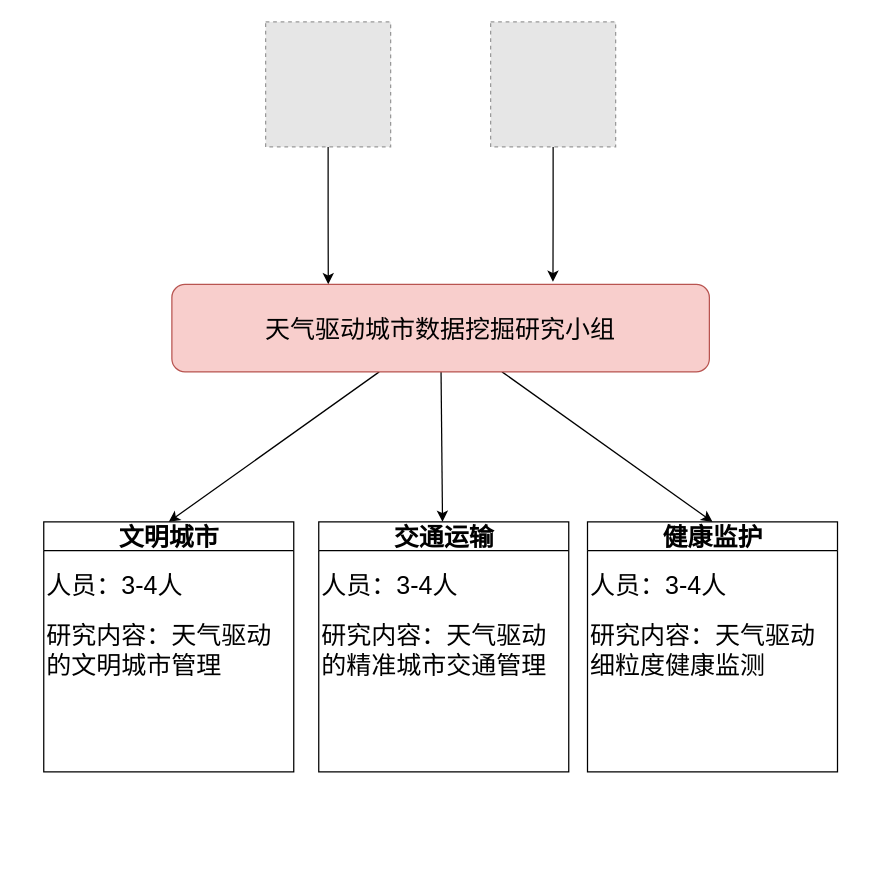
Earlier version of the draw.io diagram page "第 1 页" (1 of 2) of 天气驱动城市数据挖掘.drawio (GPlaying/brain_map). Source tidied: cells renumbered, new cells numbered last; positions are measured from the earlier drawing's top-left corner, leaving out a move shared by most shapes. Both pictures are drawn from the tidied source at 125%, with x=0, y=0 at pixel (44, 21). Pictures stored in the file or linked from it are replaced by grey dashed boxes.
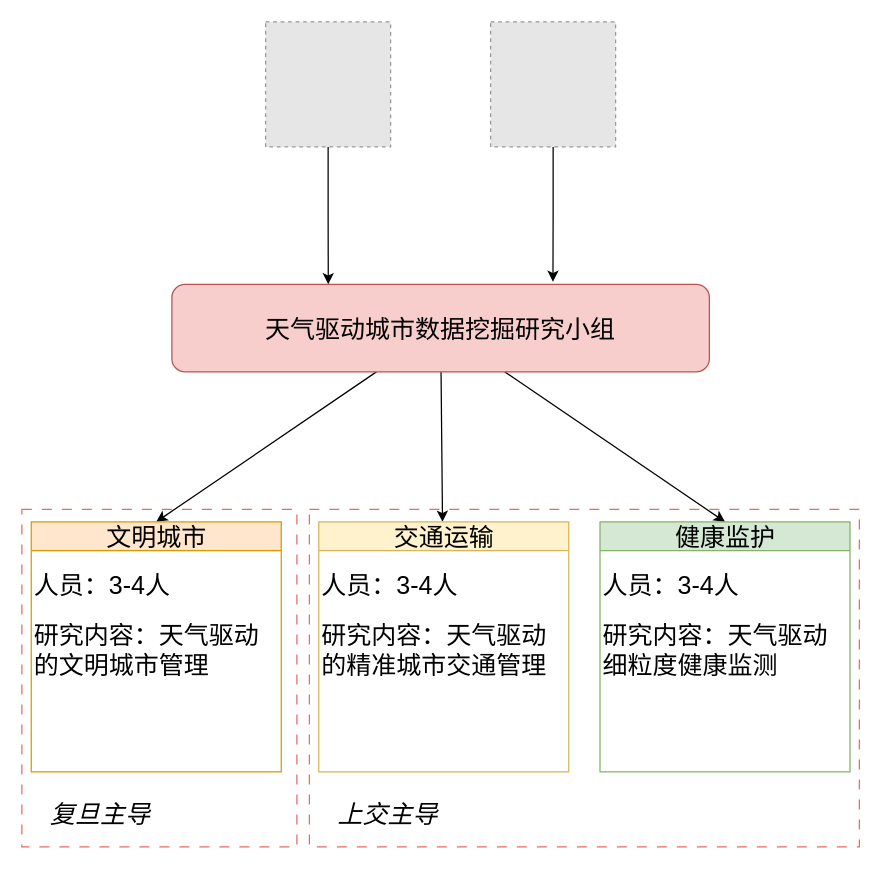
Above is the later version.

Commit message:
更新天气驱动城市数据挖掘.drawio

The change refers to these unchanged cells:
```xml
<mxCell id="5" style="fillColor=#E6E6E6;strokeColor=#999999;dashed=1;verticalLabelPosition=bottom;labelBackgroundColor=default;verticalAlign=top;" parent="1" vertex="1">
  <mxGeometry x="177" width="100" height="100" as="geometry" />
</mxCell>
<mxCell id="9" value="&lt;font style=&quot;font-size: 20px;&quot;&gt;天气驱动城市数据挖掘研究小组&lt;/font&gt;" style="rounded=1;whiteSpace=wrap;html=1;strokeColor=#b85450;fillColor=#f8cecc;" parent="1" vertex="1">
  <mxGeometry x="102" y="210" width="430" height="70" as="geometry" />
</mxCell>
```

Diff of the diagram source:
```diff
@@
+    <mxCell id="19" style="rounded=0;whiteSpace=wrap;html=1;dashed=1;dashPattern=8 8;strokeColor=#EA6B66;fontSize=20;" parent="1" vertex="1">
+      <mxGeometry x="-18" y="390" width="220" height="270" as="geometry" />
+    </mxCell>
+    <mxCell id="20" style="rounded=0;whiteSpace=wrap;html=1;dashed=1;dashPattern=8 8;strokeColor=#EA6B66;fontSize=20;" parent="1" vertex="1">
+      <mxGeometry x="212" y="390" width="440" height="270" as="geometry" />
+    </mxCell>
@@
-    <mxCell id="4" style="edgeStyle=orthogonalEdgeStyle;rounded=0;jettySize=auto;html=1;entryX=0.291;entryY=0;entryDx=0;entryDy=0;entryPerimeter=0;fontSize=20;" parent="1" edge="1" source="5" target="9">
+    <mxCell id="4" style="edgeStyle=orthogonalEdgeStyle;rounded=0;jettySize=auto;html=1;entryX=0.291;entryY=0;entryDx=0;entryDy=0;entryPerimeter=0;fontSize=20;strokeColor=#000000;" parent="1" edge="1" source="5" target="9">
       <mxGeometry relative="1" as="geometry" />
     </mxCell>
@@
-    <mxCell id="10" value="文明城市" style="swimlane;whiteSpace=wrap;html=1;fontSize=20;" parent="1" vertex="1">
-      <mxGeometry x="-0.5" y="400" width="200" height="200" as="geometry" />
+    <mxCell id="10" value="&lt;span style=&quot;font-weight: normal;&quot;&gt;文明城市&lt;/span&gt;" style="swimlane;whiteSpace=wrap;html=1;fontSize=20;strokeColor=#d79b00;fillColor=#ffe6cc;swimlaneLine=1;" parent="1" vertex="1">
+      <mxGeometry x="-10.5" y="400" width="200" height="200" as="geometry" />
     </mxCell>
@@
-    <mxCell id="13" value="交通运输" style="swimlane;whiteSpace=wrap;html=1;fontSize=20;" parent="1" vertex="1">
+    <mxCell id="13" value="&lt;span style=&quot;font-weight: normal;&quot;&gt;交通运输&lt;/span&gt;" style="swimlane;whiteSpace=wrap;html=1;fontSize=20;fillColor=#fff2cc;strokeColor=#d6b656;" parent="1" vertex="1">
       <mxGeometry x="219.5" y="400" width="200" height="200" as="geometry" />
     </mxCell>
@@
-    <mxCell id="16" value="健康监护" style="swimlane;whiteSpace=wrap;html=1;fontSize=20;" parent="1" vertex="1">
-      <mxGeometry x="434.5" y="400" width="200" height="200" as="geometry" />
+    <mxCell id="16" value="&lt;span style=&quot;font-weight: normal;&quot;&gt;健康监护&lt;/span&gt;" style="swimlane;whiteSpace=wrap;html=1;fontSize=20;fillColor=#d5e8d4;strokeColor=#82b366;" parent="1" vertex="1">
+      <mxGeometry x="444.5" y="400" width="200" height="200" as="geometry" />
     </mxCell>
@@
+    <mxCell id="21" value="上交主导" style="text;html=1;strokeColor=none;fillColor=none;align=center;verticalAlign=middle;whiteSpace=wrap;rounded=0;fontSize=20;fontStyle=2;fontFamily=Georgia;labelBackgroundColor=none;labelBorderColor=none;" parent="1" vertex="1">
+      <mxGeometry x="219.5" y="618" width="110" height="30" as="geometry" />
+    </mxCell>
+    <mxCell id="22" value="复旦主导" style="text;html=1;strokeColor=none;fillColor=none;align=center;verticalAlign=middle;whiteSpace=wrap;rounded=0;fontSize=20;fontStyle=2;fontFamily=Georgia;labelBackgroundColor=none;labelBorderColor=none;" parent="1" vertex="1">
+      <mxGeometry x="-10.5" y="618" width="110" height="30" as="geometry" />
+    </mxCell>
```
